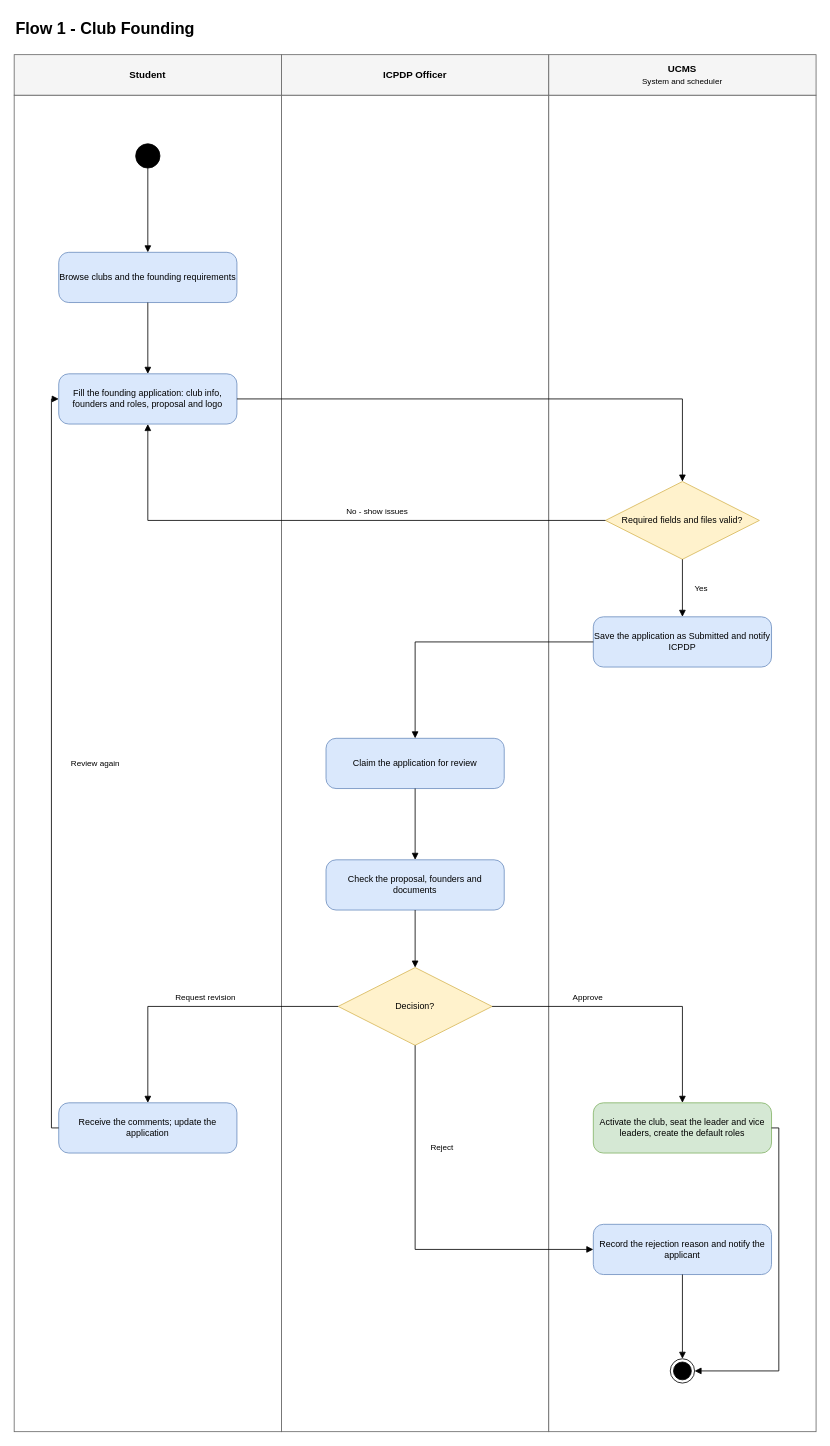
Earlier version of the draw.io diagram page "01 Club Founding" (1 of 14) of docs/03-diagrams/UCMS_Swimlane_Flows.drawio (nvdekay/ClubManagementSystem). Source tidied: cells renumbered, new cells numbered last; positions are measured from the earlier drawing's top-left corner, leaving out a move shared by most shapes. Both pictures are drawn from the tidied source at 81%, with x=0, y=0 at pixel (14, 14).
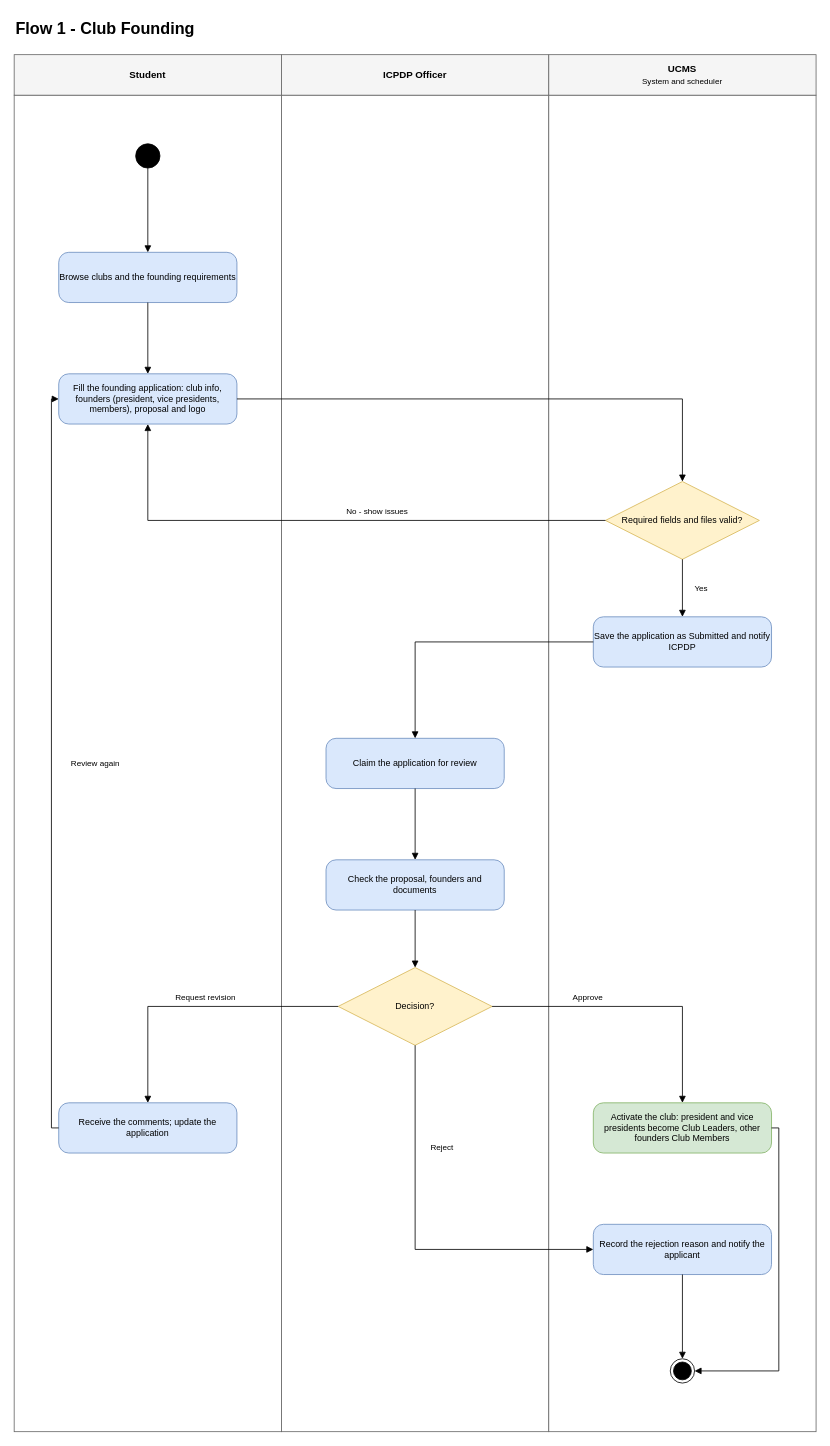
The same diagram, later.

Change to the diagram source:
```diff
@@
-    <mxCell id="11" value="Fill the founding application: club info, founders and roles, proposal and logo" style="rounded=1;arcSize=20;whiteSpace=wrap;html=1;fillColor=#dae8fc;strokeColor=#6c8ebf;fontSize=11;" parent="1" vertex="1">
+    <mxCell id="11" value="Fill the founding application: club info, founders (president, vice presidents, members), proposal and logo" style="rounded=1;arcSize=20;whiteSpace=wrap;html=1;fillColor=#dae8fc;strokeColor=#6c8ebf;fontSize=11;" parent="1" vertex="1">
       <mxGeometry x="55" y="444" width="220" height="62" as="geometry" />
     </mxCell>
@@
-    <mxCell id="18" value="Activate the club, seat the leader and vice leaders, create the default roles" style="rounded=1;arcSize=20;whiteSpace=wrap;html=1;fillColor=#d5e8d4;strokeColor=#82b366;fontSize=11;" parent="1" vertex="1">
+    <mxCell id="18" value="Activate the club: president and vice presidents become Club Leaders, other founders Club Members" style="rounded=1;arcSize=20;whiteSpace=wrap;html=1;fillColor=#d5e8d4;strokeColor=#82b366;fontSize=11;" parent="1" vertex="1">
       <mxGeometry x="715" y="1344" width="220" height="62" as="geometry" />
     </mxCell>
```
